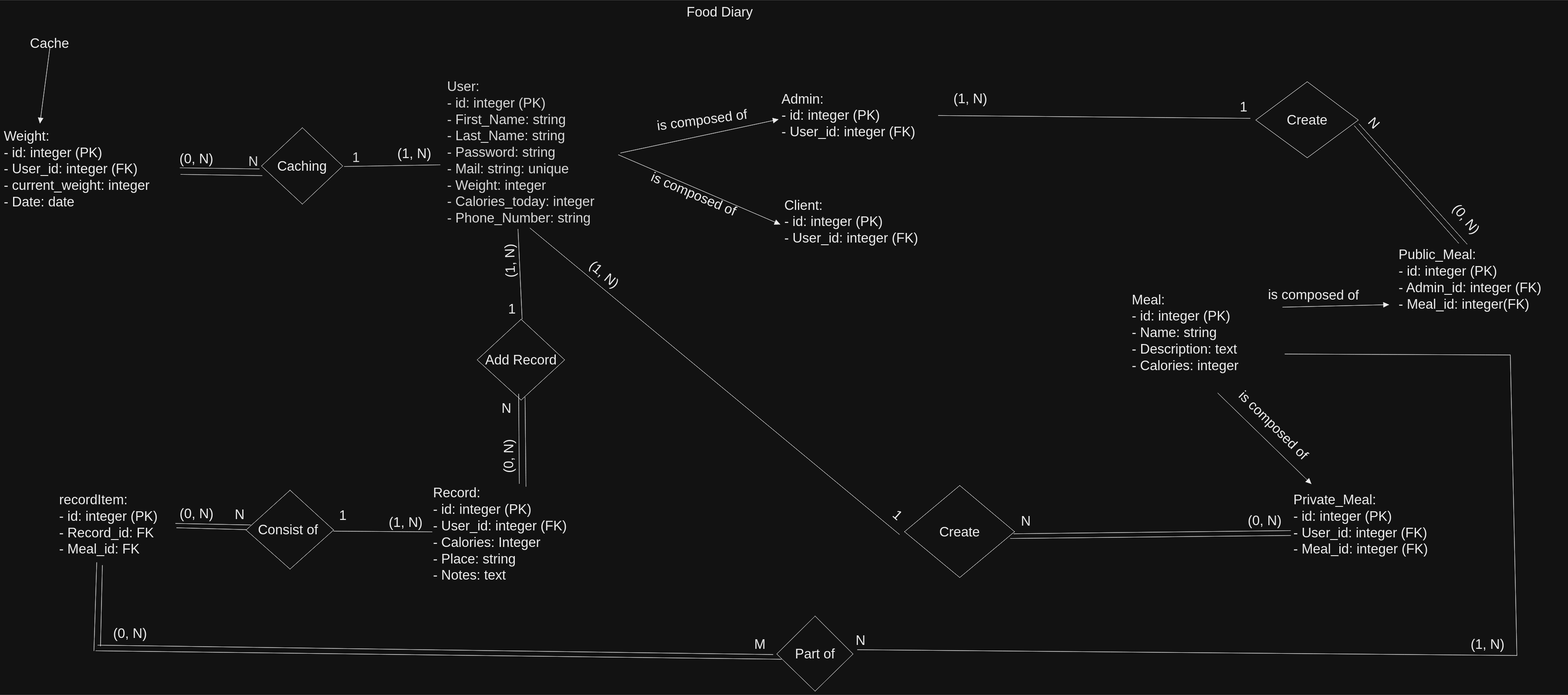
Earlier version of the Excalidraw export Food Diary/Documentation/Database/Schema.svg (Abdelrhman-Samir-99/Projects). Source tidied: one line per element, renumbered; positions are measured from the earlier drawing's top-left corner, leaving out a move shared by most shapes. Its diagram source:
```json
{"id": 0, "type": "text", "text": "User:\n- id: integer (PK)\n- First_Name: string\n- Last_Name: string\n- Password: string\n- Mail: string: unique\n- Weight: integer\n- Calories_today: integer\n- Phone_Number: string", "strokeColor": "#000000", "strokeWidth": 1, "roughness": 0, "opacity": 90, "fontSize": 36, "fontFamily": 2, "x": 1180, "y": 198, "width": 449, "height": 394}
{"id": 1, "type": "text", "text": "Meal:\n- id: integer (PK)\n- Name: string\n- Description: text\n- Calories: integer\n", "strokeColor": "#000000", "strokeWidth": 1, "roughness": 0, "fontSize": 36, "fontFamily": 2, "x": 3002, "y": 766, "width": 330, "height": 263}
{"id": 2, "type": "text", "text": "Client:\n- id: integer (PK)\n- User_id: integer (FK)\n", "strokeColor": "#000000", "strokeWidth": 1, "roughness": 0, "fontSize": 36, "fontFamily": 2, "x": 2078, "y": 513, "width": 411, "height": 175}
{"id": 3, "type": "text", "text": "Admin:\n- id: integer (PK)\n- User_id: integer (FK)", "strokeColor": "#000000", "strokeWidth": 1, "roughness": 0, "fontSize": 36, "fontFamily": 2, "x": 2070, "y": 231, "width": 412, "height": 131}
{"id": 4, "type": "text", "text": "Food Diary", "strokeColor": "#000000", "strokeWidth": 1, "roughness": 0, "fontSize": 36, "fontFamily": 2, "x": 1818, "y": 0, "width": 201, "height": 44}
{"id": 5, "type": "text", "text": "Public_Meal:\n- id: integer (PK)\n- Admin_id: integer (FK)\n- Meal_id: integer(FK)", "strokeColor": "#000000", "strokeWidth": 1, "roughness": 0, "fontSize": 36, "fontFamily": 2, "x": 3712, "y": 645, "width": 441, "height": 175}
{"id": 6, "type": "text", "text": "Private_Meal:\n- id: integer (PK)\n- User_id: integer (FK)\n- Meal_id: integer (FK)", "strokeColor": "#000000", "strokeWidth": 1, "roughness": 0, "fontSize": 36, "fontFamily": 2, "x": 3432, "y": 1298, "width": 415, "height": 175}
{"id": 7, "type": "text", "text": "Record:\n- id: integer (PK)\n- User_id: integer (FK)\n- Calories: Integer\n- Place: string\n- Notes: text", "strokeColor": "#000000", "strokeWidth": 1, "roughness": 0, "fontSize": 36, "fontFamily": 2, "x": 1142, "y": 1280, "width": 411, "height": 263}
{"id": 8, "type": "arrow", "strokeColor": "#000000", "strokeWidth": 1, "roughness": 0, "endArrowhead": "triangle", "from": 0, "to": 3, "x": 1642, "y": 397, "width": 419, "height": 89, "points": [[0, 0], [419, -89]]}
{"id": 9, "type": "arrow", "strokeColor": "#000000", "strokeWidth": 1, "roughness": 0, "endArrowhead": "triangle", "from": 0, "to": 2, "x": 1636, "y": 402, "width": 430, "height": 185, "points": [[0, 0], [430, 185]]}
{"id": 10, "type": "text", "text": "is composed of", "strokeColor": "#000000", "angle": 6.15, "strokeWidth": 1, "roughness": 0, "fontSize": 36, "fontFamily": 2, "x": 1738, "y": 285, "width": 272, "height": 44}
{"id": 11, "type": "text", "text": "is composed of", "strokeColor": "#000000", "angle": 0.4, "strokeWidth": 1, "roughness": 0, "fontSize": 36, "fontFamily": 2, "x": 1714, "y": 490, "width": 272, "height": 44}
{"id": 12, "type": "arrow", "strokeColor": "#000000", "strokeWidth": 1, "roughness": 0, "endArrowhead": "triangle", "from": 13, "to": 5, "x": 3404, "y": 808, "width": 282, "height": 7, "points": [[0, 0], [282, -7]]}
{"id": 13, "type": "text", "text": "is composed of", "strokeColor": "#000000", "angle": 0.01, "strokeWidth": 1, "roughness": 0, "fontSize": 36, "fontFamily": 2, "x": 3365, "y": 753, "width": 272, "height": 44}
{"id": 14, "type": "arrow", "strokeColor": "#000000", "strokeWidth": 1, "roughness": 0, "endArrowhead": "triangle", "from": 1, "to": 6, "x": 3231, "y": 1036, "width": 248, "height": 241, "points": [[0, 0], [248, 241]]}
{"id": 15, "type": "text", "text": "is composed of", "strokeColor": "#000000", "angle": 0.78, "strokeWidth": 1, "roughness": 0, "fontSize": 36, "fontFamily": 2, "x": 3254, "y": 1110, "width": 272, "height": 44}
{"id": 16, "type": "diamond", "strokeColor": "#000000", "strokeWidth": 1, "roughness": 0, "x": 2398, "y": 1282, "width": 293, "height": 245}
{"id": 17, "type": "diamond", "strokeColor": "#000000", "strokeWidth": 1, "roughness": 0, "x": 3332, "y": 207, "width": 273, "height": 202}
{"id": 18, "type": "text", "text": "Create", "strokeColor": "#000000", "strokeWidth": 1, "roughness": 0, "fontSize": 36, "fontFamily": 2, "textAlign": "center", "verticalAlign": "middle", "inside": 16, "x": 2402, "y": 1383, "width": 283, "height": 44}
{"id": 19, "type": "text", "text": "Create", "strokeColor": "#000000", "strokeWidth": 1, "roughness": 0, "fontSize": 36, "fontFamily": 2, "textAlign": "center", "verticalAlign": "middle", "inside": 17, "x": 3338, "y": 287, "width": 263, "height": 44}
{"id": 20, "type": "arrow", "strokeColor": "#000000", "strokeWidth": 1, "roughness": 0, "from": 5, "to": 43, "x": 3895, "y": 640, "width": 288, "height": 320, "points": [[0, 0], [-288, -320]]}
{"id": 21, "type": "arrow", "strokeColor": "#000000", "strokeWidth": 1, "roughness": 0, "from": 42, "to": 3, "x": 3318, "y": 305, "width": 830, "height": 8, "points": [[0, 0], [-830, -8]]}
{"id": 22, "type": "arrow", "strokeColor": "#000000", "strokeWidth": 1, "roughness": 0, "from": 69, "to": 16, "x": 3425, "y": 1402, "width": 737, "height": 8, "points": [[0, 0], [-737, 8]]}
{"id": 23, "type": "arrow", "strokeColor": "#000000", "strokeWidth": 1, "roughness": 0, "from": 16, "to": 0, "x": 2384, "y": 1413, "width": 983, "height": 816, "points": [[0, 0], [-983, -816]]}
{"id": 24, "type": "diamond", "strokeColor": "#000000", "strokeWidth": 1, "roughness": 0, "x": 1260, "y": 840, "width": 233, "height": 215}
{"id": 25, "type": "text", "text": "Add Record", "strokeColor": "#000000", "strokeWidth": 1, "roughness": 0, "fontSize": 36, "fontFamily": 2, "textAlign": "center", "verticalAlign": "middle", "inside": 24, "x": 1265, "y": 925, "width": 223, "height": 44}
{"id": 26, "type": "arrow", "strokeColor": "#000000", "strokeWidth": 1, "roughness": 0, "from": 0, "to": 37, "x": 1369, "y": 600, "width": 11, "height": 239, "points": [[0, 0], [11, 239]]}
{"id": 27, "type": "arrow", "strokeColor": "#000000", "strokeWidth": 1, "roughness": 0, "from": 36, "to": 7, "x": 1370, "y": 1039, "width": 2, "height": 239, "points": [[0, 0], [2, 239]]}
{"id": 28, "type": "text", "text": "recordItem:\n- id: integer (PK)\n- Record_id: FK\n- Meal_id: FK", "strokeColor": "#000000", "strokeWidth": 1, "roughness": 0, "fontSize": 36, "fontFamily": 2, "x": 148, "y": 1298, "width": 304, "height": 175}
{"id": 29, "type": "diamond", "strokeColor": "#000000", "strokeWidth": 1, "roughness": 0, "x": 645, "y": 1295, "width": 233, "height": 210}
{"id": 30, "type": "text", "text": "Consist of ", "strokeColor": "#000000", "strokeWidth": 1, "roughness": 0, "fontSize": 36, "fontFamily": 2, "textAlign": "center", "verticalAlign": "middle", "inside": 29, "x": 650, "y": 1378, "width": 223, "height": 44}
{"id": 31, "type": "arrow", "strokeColor": "#000000", "strokeWidth": 1, "roughness": 0, "from": 72, "to": 29, "x": 1140, "y": 1406, "width": 262, "height": 2, "points": [[0, 0], [-262, -2]]}
{"id": 32, "type": "arrow", "strokeColor": "#000000", "strokeWidth": 1, "roughness": 0, "from": 29, "to": 73, "x": 645, "y": 1400, "width": 185, "height": 5, "points": [[0, 0], [-185, -5]]}
{"id": 33, "type": "line", "strokeColor": "#000000", "strokeWidth": 1, "roughness": 0, "x": 457, "y": 1383, "width": 200, "height": 4, "points": [[0, 0], [200, 4]]}
{"id": 34, "type": "line", "strokeColor": "#000000", "strokeWidth": 1, "roughness": 0, "x": 3425, "y": 1415, "width": 746, "height": 8, "points": [[0, 0], [-746, 8]]}
{"id": 35, "type": "line", "strokeColor": "#000000", "strokeWidth": 1, "roughness": 0, "x": 3872, "y": 637, "width": 278, "height": 312, "points": [[0, 0], [-278, -312]]}
{"id": 36, "type": "text", "text": "N", "strokeColor": "#000000", "strokeWidth": 1, "roughness": 0, "fontSize": 36, "fontFamily": 2, "x": 1325, "y": 1055, "width": 33, "height": 44}
{"id": 37, "type": "text", "text": "1", "strokeColor": "#000000", "strokeWidth": 1, "roughness": 0, "fontSize": 36, "fontFamily": 2, "x": 1342, "y": 790, "width": 24, "height": 44}
{"id": 38, "type": "text", "text": "1", "strokeColor": "#000000", "strokeWidth": 1, "roughness": 0, "fontSize": 36, "fontFamily": 2, "x": 892, "y": 1340, "width": 24, "height": 44}
{"id": 39, "type": "text", "text": "N", "strokeColor": "#000000", "strokeWidth": 1, "roughness": 0, "fontSize": 36, "fontFamily": 2, "x": 615, "y": 1338, "width": 33, "height": 44}
{"id": 40, "type": "text", "text": "1", "strokeColor": "#000000", "angle": 0.73, "strokeWidth": 1, "roughness": 0, "fontSize": 36, "fontFamily": 2, "x": 2368, "y": 1340, "width": 24, "height": 44}
{"id": 41, "type": "text", "text": "N", "strokeColor": "#000000", "strokeWidth": 1, "roughness": 0, "fontSize": 36, "fontFamily": 2, "x": 2708, "y": 1355, "width": 33, "height": 44}
{"id": 42, "type": "text", "text": "1", "strokeColor": "#000000", "strokeWidth": 1, "roughness": 0, "fontSize": 36, "fontFamily": 2, "x": 3290, "y": 253, "width": 24, "height": 44}
{"id": 43, "type": "text", "text": "N", "strokeColor": "#000000", "angle": 0.83, "strokeWidth": 1, "roughness": 0, "fontSize": 36, "fontFamily": 2, "x": 3632, "y": 298, "width": 33, "height": 44}
{"id": 44, "type": "line", "strokeColor": "#000000", "strokeWidth": 1, "roughness": 0, "x": 1388, "y": 1047, "width": 2, "height": 237, "points": [[0, 0], [2, 237]]}
{"id": 45, "type": "diamond", "strokeColor": "#000000", "strokeWidth": 1, "roughness": 0, "x": 2058, "y": 1630, "width": 203, "height": 200}
{"id": 46, "type": "text", "text": "Part of", "strokeColor": "#000000", "strokeWidth": 1, "roughness": 0, "fontSize": 36, "fontFamily": 2, "textAlign": "center", "verticalAlign": "middle", "inside": 45, "x": 2062, "y": 1708, "width": 193, "height": 44}
{"id": 47, "type": "line", "strokeColor": "#000000", "strokeWidth": 1, "roughness": 0, "x": 3410, "y": 932, "width": 600, "height": 2, "points": [[0, 0], [600, 2]]}
{"id": 48, "type": "line", "strokeColor": "#000000", "strokeWidth": 1, "roughness": 0, "x": 4010, "y": 935, "width": 18, "height": 800, "points": [[0, 0], [18, 800]]}
{"id": 49, "type": "arrow", "strokeColor": "#000000", "strokeWidth": 1, "roughness": 0, "to": 53, "x": 4028, "y": 1735, "width": 1755, "height": 15, "points": [[0, 0], [-1755, -15]]}
{"id": 50, "type": "arrow", "strokeColor": "#000000", "strokeWidth": 1, "roughness": 0, "from": 52, "x": 2048, "y": 1732, "width": 1798, "height": 25, "points": [[0, 0], [-1798, -25]]}
{"id": 51, "type": "arrow", "strokeColor": "#000000", "strokeWidth": 1, "roughness": 0, "to": 28, "x": 258, "y": 1710, "width": 5, "height": 215, "points": [[0, 0], [5, -215]]}
{"id": 52, "type": "text", "text": "M", "strokeColor": "#000000", "strokeWidth": 1, "roughness": 0, "fontSize": 36, "fontFamily": 2, "x": 1998, "y": 1683, "width": 38, "height": 44}
{"id": 53, "type": "text", "text": "N", "strokeColor": "#000000", "strokeWidth": 1, "roughness": 0, "fontSize": 36, "fontFamily": 2, "x": 2268, "y": 1673, "width": 33, "height": 44}
{"id": 54, "type": "line", "strokeColor": "#000000", "strokeWidth": 1, "roughness": 0, "x": 2070, "y": 1745, "width": 1825, "height": 22, "points": [[0, 0], [-1825, -22]]}
{"id": 55, "type": "line", "strokeColor": "#000000", "strokeWidth": 1, "roughness": 0, "x": 240, "y": 1722, "width": 8, "height": 235, "points": [[0, 0], [8, -235]]}
{"id": 56, "type": "text", "text": "Weight:\n- id: integer (PK)\n- User_id: integer (FK)\n- current_weight: integer\n- Date: date", "strokeColor": "#000000", "strokeWidth": 1, "roughness": 0, "fontSize": 36, "fontFamily": 2, "x": 0, "y": 330, "width": 458, "height": 219}
{"id": 57, "type": "diamond", "strokeColor": "#000000", "strokeWidth": 1, "roughness": 0, "x": 686, "y": 330, "width": 216, "height": 203}
{"id": 58, "type": "text", "text": "Caching", "strokeColor": "#000000", "strokeWidth": 1, "roughness": 0, "fontSize": 36, "fontFamily": 2, "textAlign": "center", "verticalAlign": "middle", "inside": 57, "x": 691, "y": 409, "width": 206, "height": 44}
{"id": 59, "type": "arrow", "strokeColor": "#000000", "strokeWidth": 1, "roughness": 0, "opacity": 90, "from": 65, "to": 57, "x": 1162, "y": 429, "width": 255, "height": 5, "points": [[0, 0], [-255, 5]]}
{"id": 60, "type": "arrow", "strokeColor": "#000000", "strokeWidth": 1, "roughness": 0, "opacity": 90, "from": 64, "to": 57, "x": 469, "y": 437, "width": 211, "height": 3, "points": [[0, 0], [211, 3]]}
{"id": 61, "type": "arrow", "strokeColor": "#000000", "strokeWidth": 1, "roughness": 0, "opacity": 90, "from": 56, "to": 57, "x": 471, "y": 454, "width": 217, "height": 3, "points": [[0, 0], [217, 3]]}
{"id": 62, "type": "text", "text": "N", "strokeColor": "#000000", "strokeWidth": 1, "roughness": 0, "opacity": 90, "fontSize": 36, "fontFamily": 2, "x": 651, "y": 397, "width": 33, "height": 44}
{"id": 63, "type": "text", "text": "1", "strokeColor": "#000000", "strokeWidth": 1, "roughness": 0, "opacity": 90, "fontSize": 36, "fontFamily": 2, "x": 928, "y": 387, "width": 24, "height": 44}
{"id": 64, "type": "text", "text": "(0, N)", "strokeColor": "#000000", "strokeWidth": 1, "roughness": 0, "fontSize": 36, "fontFamily": 2, "x": 468, "y": 390, "width": 106, "height": 44}
{"id": 65, "type": "text", "text": "(1, N)", "strokeColor": "#000000", "strokeWidth": 1, "roughness": 0, "fontSize": 36, "fontFamily": 2, "x": 1048, "y": 377, "width": 106, "height": 44}
{"id": 66, "type": "text", "text": "(1, N)", "strokeColor": "#000000", "strokeWidth": 1, "roughness": 0, "fontSize": 36, "fontFamily": 2, "x": 2528, "y": 230, "width": 106, "height": 44}
{"id": 67, "type": "text", "text": "(0, N)", "strokeColor": "#000000", "angle": 0.88, "strokeWidth": 1, "roughness": 0, "fontSize": 36, "fontFamily": 2, "x": 3844, "y": 557, "width": 106, "height": 44}
{"id": 68, "type": "text", "text": "(1, N)", "strokeColor": "#000000", "angle": 0.7, "strokeWidth": 1, "roughness": 0, "fontSize": 36, "fontFamily": 2, "x": 1551, "y": 704, "width": 106, "height": 44}
{"id": 69, "type": "text", "text": "(0, N)", "strokeColor": "#000000", "strokeWidth": 1, "roughness": 0, "fontSize": 36, "fontFamily": 2, "x": 3311, "y": 1354, "width": 106, "height": 44}
{"id": 70, "type": "text", "text": "(1, N)", "strokeColor": "#000000", "angle": 4.68, "strokeWidth": 1, "roughness": 0, "fontSize": 36, "fontFamily": 2, "x": 1294, "y": 654, "width": 106, "height": 44}
{"id": 71, "type": "text", "text": "(0, N)", "strokeColor": "#000000", "angle": 4.72, "strokeWidth": 1, "roughness": 0, "fontSize": 36, "fontFamily": 2, "x": 1291, "y": 1174, "width": 106, "height": 44}
{"id": 72, "type": "text", "text": "(1, N)", "strokeColor": "#000000", "strokeWidth": 1, "roughness": 0, "fontSize": 36, "fontFamily": 2, "x": 1025, "y": 1359, "width": 106, "height": 44}
{"id": 73, "type": "text", "text": "(0, N)", "strokeColor": "#000000", "strokeWidth": 1, "roughness": 0, "fontSize": 36, "fontFamily": 2, "x": 468, "y": 1335, "width": 106, "height": 44}
{"id": 74, "type": "text", "text": "(1, N)", "strokeColor": "#000000", "strokeWidth": 1, "roughness": 0, "fontSize": 36, "fontFamily": 2, "x": 3904, "y": 1684, "width": 106, "height": 44}
{"id": 75, "type": "text", "text": "(0, N)", "strokeColor": "#000000", "strokeWidth": 1, "roughness": 0, "fontSize": 36, "fontFamily": 2, "x": 291, "y": 1654, "width": 106, "height": 44}
{"id": 76, "type": "text", "text": "Cache", "strokeColor": "#000000", "strokeWidth": 1, "roughness": 0, "fontSize": 36, "fontFamily": 2, "x": 70, "y": 84, "width": 115, "height": 44}
{"id": 77, "type": "arrow", "strokeColor": "#000000", "strokeWidth": 1, "roughness": 0, "endArrowhead": "triangle", "to": 56, "x": 123, "y": 114, "width": 27, "height": 203, "points": [[0, 0], [-27, 203]]}
```
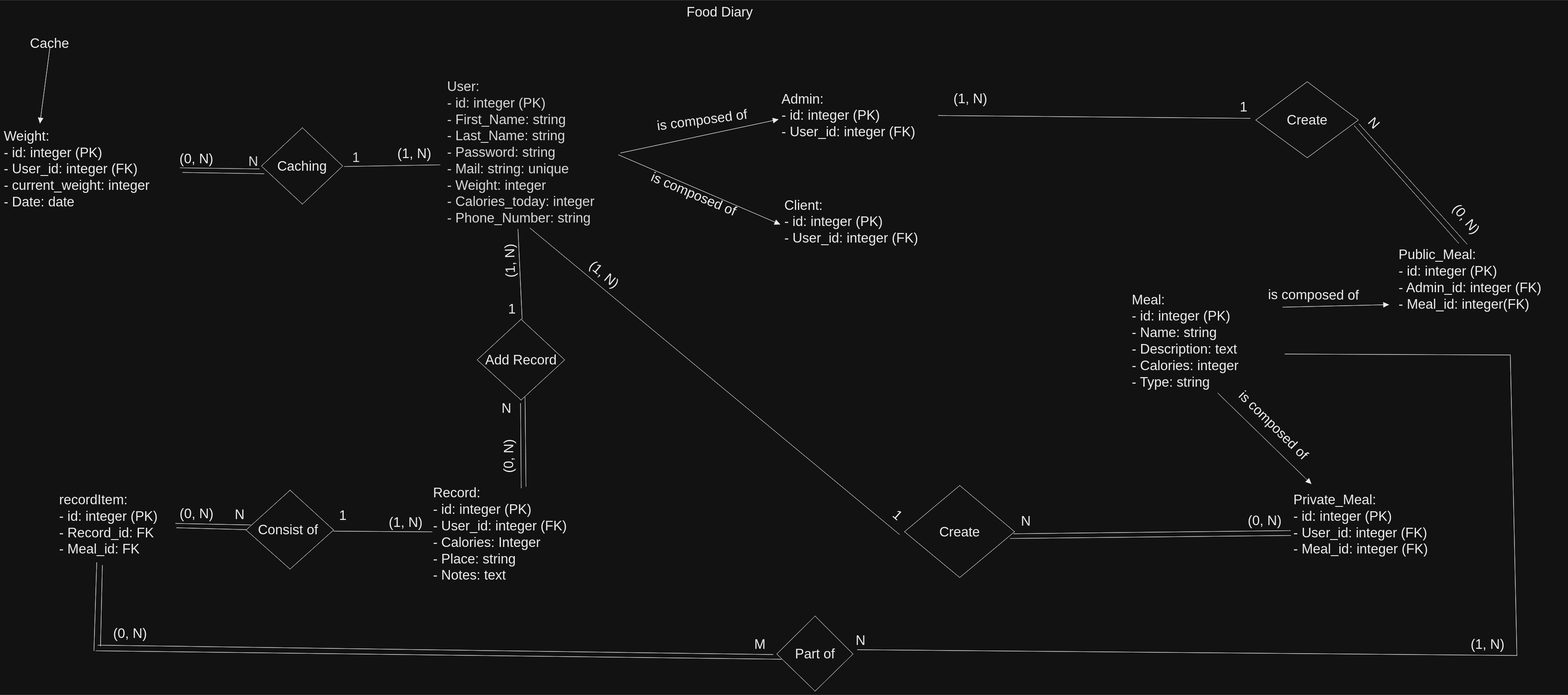
The same diagram one commit later.

Change to the diagram source:
```diff
@@ -1,5 +1,5 @@
 {"id": 0, "type": "text", "text": "User:\n- id: integer (PK)\n- First_Name: string\n- Last_Name: string\n- Password: string\n- Mail: string: unique\n- Weight: integer\n- Calories_today: integer\n- Phone_Number: string", "strokeColor": "#000000", "strokeWidth": 1, "roughness": 0, "opacity": 90, "fontSize": 36, "fontFamily": 2, "x": 1180, "y": 198, "width": 449, "height": 394}
-{"id": 1, "type": "text", "text": "Meal:\n- id: integer (PK)\n- Name: string\n- Description: text\n- Calories: integer\n", "strokeColor": "#000000", "strokeWidth": 1, "roughness": 0, "fontSize": 36, "fontFamily": 2, "x": 3002, "y": 766, "width": 330, "height": 263}
+{"id": 1, "type": "text", "text": "Meal:\n- id: integer (PK)\n- Name: string\n- Description: text\n- Calories: integer\n- Type: string", "strokeColor": "#000000", "strokeWidth": 1, "roughness": 0, "fontSize": 36, "fontFamily": 2, "x": 3002, "y": 766, "width": 330, "height": 263}
 {"id": 2, "type": "text", "text": "Client:\n- id: integer (PK)\n- User_id: integer (FK)\n", "strokeColor": "#000000", "strokeWidth": 1, "roughness": 0, "fontSize": 36, "fontFamily": 2, "x": 2078, "y": 513, "width": 411, "height": 175}
 {"id": 3, "type": "text", "text": "Admin:\n- id: integer (PK)\n- User_id: integer (FK)", "strokeColor": "#000000", "strokeWidth": 1, "roughness": 0, "fontSize": 36, "fontFamily": 2, "x": 2070, "y": 231, "width": 412, "height": 131}
 {"id": 4, "type": "text", "text": "Food Diary", "strokeColor": "#000000", "strokeWidth": 1, "roughness": 0, "fontSize": 36, "fontFamily": 2, "x": 1818, "y": 0, "width": 201, "height": 44}
@@ -25,7 +25,7 @@
 {"id": 24, "type": "diamond", "strokeColor": "#000000", "strokeWidth": 1, "roughness": 0, "x": 1260, "y": 840, "width": 233, "height": 215}
 {"id": 25, "type": "text", "text": "Add Record", "strokeColor": "#000000", "strokeWidth": 1, "roughness": 0, "fontSize": 36, "fontFamily": 2, "textAlign": "center", "verticalAlign": "middle", "inside": 24, "x": 1265, "y": 925, "width": 223, "height": 44}
 {"id": 26, "type": "arrow", "strokeColor": "#000000", "strokeWidth": 1, "roughness": 0, "from": 0, "to": 37, "x": 1369, "y": 600, "width": 11, "height": 239, "points": [[0, 0], [11, 239]]}
-{"id": 27, "type": "arrow", "strokeColor": "#000000", "strokeWidth": 1, "roughness": 0, "from": 36, "to": 7, "x": 1370, "y": 1039, "width": 2, "height": 239, "points": [[0, 0], [2, 239]]}
+{"id": 27, "type": "arrow", "strokeColor": "#000000", "strokeWidth": 1, "roughness": 0, "from": 24, "x": 1375, "y": 1064, "width": 2, "height": 225, "points": [[0, 0], [2, 225]]}
 {"id": 28, "type": "text", "text": "recordItem:\n- id: integer (PK)\n- Record_id: FK\n- Meal_id: FK", "strokeColor": "#000000", "strokeWidth": 1, "roughness": 0, "fontSize": 36, "fontFamily": 2, "x": 148, "y": 1298, "width": 304, "height": 175}
 {"id": 29, "type": "diamond", "strokeColor": "#000000", "strokeWidth": 1, "roughness": 0, "x": 645, "y": 1295, "width": 233, "height": 210}
 {"id": 30, "type": "text", "text": "Consist of ", "strokeColor": "#000000", "strokeWidth": 1, "roughness": 0, "fontSize": 36, "fontFamily": 2, "textAlign": "center", "verticalAlign": "middle", "inside": 29, "x": 650, "y": 1378, "width": 223, "height": 44}
@@ -59,7 +59,7 @@
 {"id": 58, "type": "text", "text": "Caching", "strokeColor": "#000000", "strokeWidth": 1, "roughness": 0, "fontSize": 36, "fontFamily": 2, "textAlign": "center", "verticalAlign": "middle", "inside": 57, "x": 691, "y": 409, "width": 206, "height": 44}
 {"id": 59, "type": "arrow", "strokeColor": "#000000", "strokeWidth": 1, "roughness": 0, "opacity": 90, "from": 65, "to": 57, "x": 1162, "y": 429, "width": 255, "height": 5, "points": [[0, 0], [-255, 5]]}
 {"id": 60, "type": "arrow", "strokeColor": "#000000", "strokeWidth": 1, "roughness": 0, "opacity": 90, "from": 64, "to": 57, "x": 469, "y": 437, "width": 211, "height": 3, "points": [[0, 0], [211, 3]]}
-{"id": 61, "type": "arrow", "strokeColor": "#000000", "strokeWidth": 1, "roughness": 0, "opacity": 90, "from": 56, "to": 57, "x": 471, "y": 454, "width": 217, "height": 3, "points": [[0, 0], [217, 3]]}
+{"id": 61, "type": "arrow", "strokeColor": "#000000", "strokeWidth": 1, "roughness": 0, "opacity": 90, "from": 64, "to": 62, "x": 476, "y": 449, "width": 217, "height": 3, "points": [[0, 0], [217, 3]]}
 {"id": 62, "type": "text", "text": "N", "strokeColor": "#000000", "strokeWidth": 1, "roughness": 0, "opacity": 90, "fontSize": 36, "fontFamily": 2, "x": 651, "y": 397, "width": 33, "height": 44}
 {"id": 63, "type": "text", "text": "1", "strokeColor": "#000000", "strokeWidth": 1, "roughness": 0, "opacity": 90, "fontSize": 36, "fontFamily": 2, "x": 928, "y": 387, "width": 24, "height": 44}
 {"id": 64, "type": "text", "text": "(0, N)", "strokeColor": "#000000", "strokeWidth": 1, "roughness": 0, "fontSize": 36, "fontFamily": 2, "x": 468, "y": 390, "width": 106, "height": 44}
```
